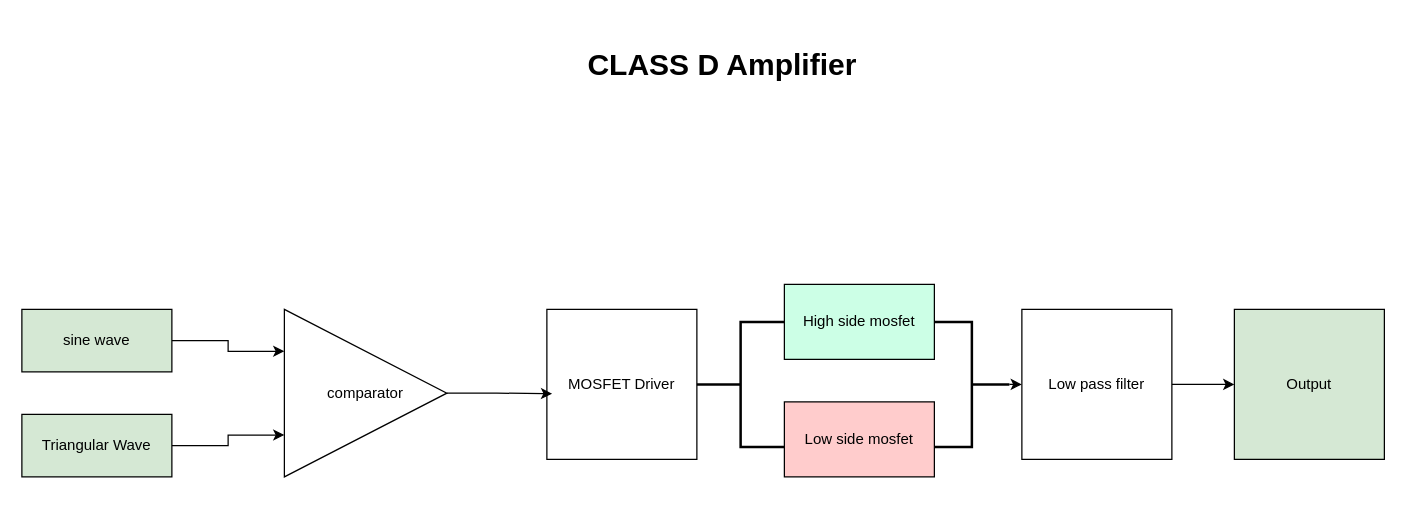
This is flowchart/FLOW_CHART_Damplifier (1).drawio from Raie-dhamane/Class_D_Amplifier, a draw.io file, before an edit. Source tidied: cells renumbered, new cells numbered last; positions are measured from the earlier drawing's top-left corner, leaving out a move shared by most shapes. Both pictures are drawn from the tidied source at 125%, with x=0, y=0 at pixel (21, 21).
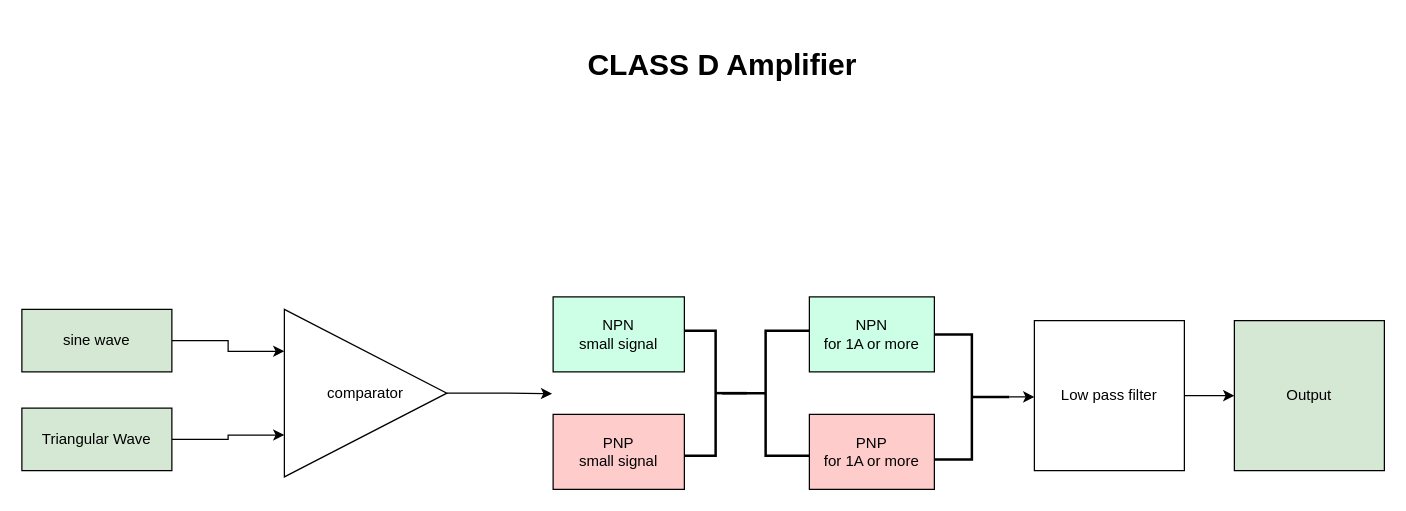
After the change.

Unchanged cells that the change refers to:
```xml
<mxCell id="2" value="comparator" style="triangle;whiteSpace=wrap;html=1;" parent="1" vertex="1">
  <mxGeometry x="210" y="230" width="130" height="134" as="geometry" />
</mxCell>
```

Diff of the diagram source:
```diff
@@
     <mxCell id="6" value="Triangular Wave" style="rounded=0;whiteSpace=wrap;html=1;fillColor=#D5E8D4;" parent="1" vertex="1">
-      <mxGeometry y="314" width="120" height="50" as="geometry" />
+      <mxGeometry y="309" width="120" height="50" as="geometry" />
     </mxCell>
-    <mxCell id="7" value="MOSFET Driver" style="whiteSpace=wrap;html=1;" parent="1" vertex="1">
-      <mxGeometry x="420" y="230" width="120" height="120" as="geometry" />
-    </mxCell>
-    <mxCell id="8" style="edgeStyle=orthogonalEdgeStyle;rounded=0;jettySize=auto;html=1;exitX=1;exitY=0.5;exitDx=0;exitDy=0;entryX=0.035;entryY=0.562;entryDx=0;entryDy=0;entryPerimeter=0;" parent="1" edge="1" source="2" target="7">
-      <mxGeometry relative="1" as="geometry" />
+    <mxCell id="8" style="edgeStyle=orthogonalEdgeStyle;rounded=0;jettySize=auto;html=1;exitX=1;exitY=0.5;exitDx=0;exitDy=0;entryX=0.035;entryY=0.562;entryDx=0;entryDy=0;entryPerimeter=0;" parent="1" edge="1" source="2">
+      <mxGeometry relative="1" as="geometry">
+        <mxPoint x="424.2" y="297.4" as="targetPoint" />
+      </mxGeometry>
     </mxCell>
-    <mxCell id="9" value="High side mosfet" style="rounded=0;whiteSpace=wrap;html=1;fillColor=#CCFFE6;" parent="1" vertex="1">
-      <mxGeometry x="610" y="210" width="120" height="60" as="geometry" />
+    <mxCell id="9" value="NPN&lt;div&gt;for 1A or more&lt;/div&gt;" style="rounded=0;whiteSpace=wrap;html=1;fillColor=#CCFFE6;" parent="1" vertex="1">
+      <mxGeometry x="630" y="220" width="100" height="60" as="geometry" />
     </mxCell>
-    <mxCell id="10" value="Low side mosfet" style="rounded=0;whiteSpace=wrap;html=1;fillColor=#FFCCCC;" parent="1" vertex="1">
-      <mxGeometry x="610" y="304" width="120" height="60" as="geometry" />
+    <mxCell id="10" value="PNP&lt;div&gt;for 1A or more&lt;/div&gt;" style="rounded=0;whiteSpace=wrap;html=1;fillColor=#FFCCCC;" parent="1" vertex="1">
+      <mxGeometry x="630" y="314" width="100" height="60" as="geometry" />
     </mxCell>
-    <mxCell id="11" style="edgeStyle=orthogonalEdgeStyle;rounded=0;jettySize=auto;html=1;exitX=0;exitY=0.5;exitDx=0;exitDy=0;exitPerimeter=0;entryX=0;entryY=0.5;entryDx=0;entryDy=0;" parent="1" edge="1" source="12" target="15">
-      <mxGeometry relative="1" as="geometry" />
+    <mxCell id="11" style="edgeStyle=orthogonalEdgeStyle;rounded=0;jettySize=auto;html=1;exitX=0;exitY=0.5;exitDx=0;exitDy=0;exitPerimeter=0;" parent="1" edge="1" source="12">
+      <mxGeometry relative="1" as="geometry">
+        <mxPoint x="810" y="300" as="targetPoint" />
+      </mxGeometry>
     </mxCell>
     <mxCell id="12" style="strokeWidth=2;html=1;shape=mxgraph.flowchart.annotation_2;align=left;labelPosition=right;direction=west;" parent="1" vertex="1">
-      <mxGeometry x="730" y="240" width="60" height="100" as="geometry" />
+      <mxGeometry x="730" y="250" width="60" height="100" as="geometry" />
     </mxCell>
     <mxCell id="13" style="strokeWidth=2;html=1;shape=mxgraph.flowchart.annotation_2;align=left;labelPosition=right;" parent="1" vertex="1">
-      <mxGeometry x="540" y="240" width="70" height="100" as="geometry" />
+      <mxGeometry x="560" y="247" width="70" height="100" as="geometry" />
     </mxCell>
@@
     <mxCell id="15" value="Low pass filter" style="whiteSpace=wrap;html=1;" parent="1" vertex="1">
-      <mxGeometry x="800" y="230" width="120" height="120" as="geometry" />
+      <mxGeometry x="810" y="239" width="120" height="120" as="geometry" />
     </mxCell>
     <mxCell id="16" value="Output" style="whiteSpace=wrap;html=1;fillColor=#D5E8D4;" parent="1" vertex="1">
-      <mxGeometry x="970" y="230" width="120" height="120" as="geometry" />
+      <mxGeometry x="970" y="239" width="120" height="120" as="geometry" />
     </mxCell>
@@
+    <mxCell id="18" value="NPN&lt;div&gt;small signal&lt;/div&gt;" style="rounded=0;whiteSpace=wrap;html=1;fillColor=#CCFFE6;" parent="1" vertex="1">
+      <mxGeometry x="425" y="220" width="105" height="60" as="geometry" />
+    </mxCell>
+    <mxCell id="19" value="PNP&lt;div&gt;small signal&lt;/div&gt;" style="rounded=0;whiteSpace=wrap;html=1;fillColor=#FFCCCC;" parent="1" vertex="1">
+      <mxGeometry x="425" y="314" width="105" height="60" as="geometry" />
+    </mxCell>
+    <mxCell id="20" style="strokeWidth=2;html=1;shape=mxgraph.flowchart.annotation_2;align=left;labelPosition=right;rotation=-180;" parent="1" vertex="1">
+      <mxGeometry x="530" y="247" width="50" height="100" as="geometry" />
+    </mxCell>
```
